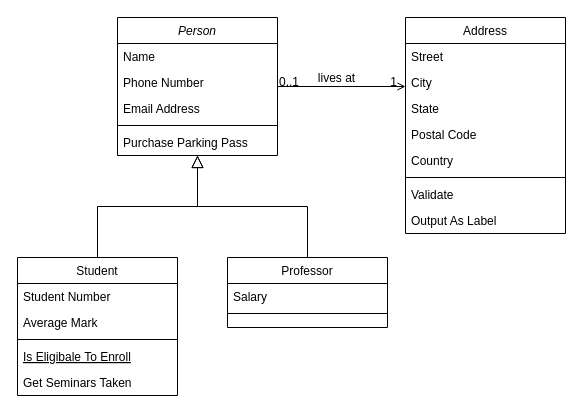
This is Untitled Diagram.drawio from MercyCourtesy/ClassInheritancePractice, a draw.io file, before an edit. Source tidied: cells renumbered, new cells numbered last; positions are measured from the earlier drawing's top-left corner, leaving out a move shared by most shapes. Both pictures are drawn from the tidied source at 100%, with x=0, y=0 at pixel (17, 17).
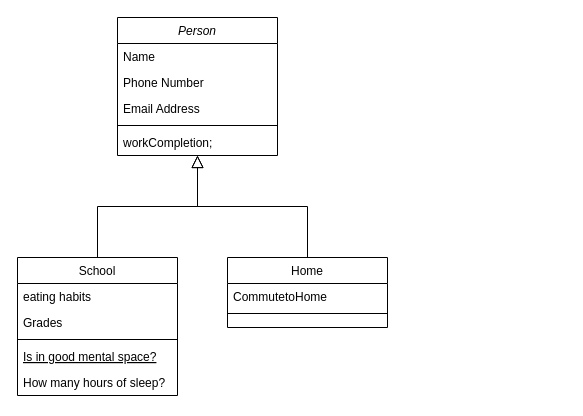
The same page after the edit.

Unchanged cells that the change refers to:
```xml
<mxCell id="2" value="Person" style="swimlane;fontStyle=2;align=center;verticalAlign=top;horizontal=1;startSize=26;rounded=0;shadow=0;strokeWidth=1;" parent="1" vertex="1">
  <mxGeometry x="100" width="160" height="138" as="geometry" />
</mxCell>
```

Change to the diagram source:
```diff
@@
-    <mxCell id="7" value="Purchase Parking Pass" style="text;align=left;verticalAlign=top;spacingLeft=4;spacingRight=4;overflow=hidden;" parent="2" vertex="1">
+    <mxCell id="7" value="workCompletion;" style="text;align=left;verticalAlign=top;spacingLeft=4;spacingRight=4;overflow=hidden;" parent="2" vertex="1">
       <mxGeometry y="112" width="160" height="26" as="geometry" />
     </mxCell>
-    <mxCell id="8" value="Student" style="swimlane;fontStyle=0;align=center;verticalAlign=top;horizontal=1;startSize=26;rounded=0;shadow=0;strokeWidth=1;" parent="1" vertex="1">
+    <mxCell id="8" value="School" style="swimlane;fontStyle=0;align=center;verticalAlign=top;horizontal=1;startSize=26;rounded=0;shadow=0;strokeWidth=1;" parent="1" vertex="1">
       <mxGeometry y="240" width="160" height="138" as="geometry" />
     </mxCell>
-    <mxCell id="9" value="Student Number" style="text;align=left;verticalAlign=top;spacingLeft=4;spacingRight=4;overflow=hidden;" parent="8" vertex="1">
+    <mxCell id="9" value="eating habits" style="text;align=left;verticalAlign=top;spacingLeft=4;spacingRight=4;overflow=hidden;" parent="8" vertex="1">
       <mxGeometry y="26" width="160" height="26" as="geometry" />
     </mxCell>
-    <mxCell id="10" value="Average Mark" style="text;align=left;verticalAlign=top;spacingLeft=4;spacingRight=4;overflow=hidden;rounded=0;shadow=0;html=0;" parent="8" vertex="1">
+    <mxCell id="10" value="Grades" style="text;align=left;verticalAlign=top;spacingLeft=4;spacingRight=4;overflow=hidden;rounded=0;shadow=0;html=0;" parent="8" vertex="1">
       <mxGeometry y="52" width="160" height="26" as="geometry" />
     </mxCell>
@@
-    <mxCell id="12" value="Is Eligibale To Enroll" style="text;align=left;verticalAlign=top;spacingLeft=4;spacingRight=4;overflow=hidden;fontStyle=4;" parent="8" vertex="1">
+    <mxCell id="12" value="Is in good mental space?" style="text;align=left;verticalAlign=top;spacingLeft=4;spacingRight=4;overflow=hidden;fontStyle=4;" parent="8" vertex="1">
       <mxGeometry y="86" width="160" height="26" as="geometry" />
     </mxCell>
-    <mxCell id="13" value="Get Seminars Taken" style="text;align=left;verticalAlign=top;spacingLeft=4;spacingRight=4;overflow=hidden;" parent="8" vertex="1">
+    <mxCell id="13" value="How many hours of sleep?" style="text;align=left;verticalAlign=top;spacingLeft=4;spacingRight=4;overflow=hidden;" parent="8" vertex="1">
       <mxGeometry y="112" width="160" height="26" as="geometry" />
     </mxCell>
@@
-    <mxCell id="15" value="Professor" style="swimlane;fontStyle=0;align=center;verticalAlign=top;horizontal=1;startSize=26;rounded=0;shadow=0;strokeWidth=1;" parent="1" vertex="1">
+    <mxCell id="15" value="Home" style="swimlane;fontStyle=0;align=center;verticalAlign=top;horizontal=1;startSize=26;rounded=0;shadow=0;strokeWidth=1;" parent="1" vertex="1">
       <mxGeometry x="210" y="240" width="160" height="70" as="geometry" />
     </mxCell>
-    <mxCell id="16" value="Salary" style="text;align=left;verticalAlign=top;spacingLeft=4;spacingRight=4;overflow=hidden;" parent="15" vertex="1">
+    <mxCell id="16" value="CommutetoHome" style="text;align=left;verticalAlign=top;spacingLeft=4;spacingRight=4;overflow=hidden;" parent="15" vertex="1">
       <mxGeometry y="26" width="160" height="26" as="geometry" />
     </mxCell>
@@
-    <mxCell id="19" value="Address" style="swimlane;fontStyle=0;align=center;verticalAlign=top;horizontal=1;startSize=26;rounded=0;shadow=0;strokeWidth=1;" parent="1" vertex="1">
-      <mxGeometry x="388" width="160" height="216" as="geometry" />
-    </mxCell>
-    <mxCell id="20" value="Street" style="text;align=left;verticalAlign=top;spacingLeft=4;spacingRight=4;overflow=hidden;" parent="19" vertex="1">
-      <mxGeometry y="26" width="160" height="26" as="geometry" />
-    </mxCell>
-    <mxCell id="21" value="City" style="text;align=left;verticalAlign=top;spacingLeft=4;spacingRight=4;overflow=hidden;rounded=0;shadow=0;html=0;" parent="19" vertex="1">
-      <mxGeometry y="52" width="160" height="26" as="geometry" />
-    </mxCell>
-    <mxCell id="22" value="State" style="text;align=left;verticalAlign=top;spacingLeft=4;spacingRight=4;overflow=hidden;rounded=0;shadow=0;html=0;" parent="19" vertex="1">
-      <mxGeometry y="78" width="160" height="26" as="geometry" />
-    </mxCell>
-    <mxCell id="23" value="Postal Code" style="text;align=left;verticalAlign=top;spacingLeft=4;spacingRight=4;overflow=hidden;rounded=0;shadow=0;html=0;" parent="19" vertex="1">
-      <mxGeometry y="104" width="160" height="26" as="geometry" />
-    </mxCell>
-    <mxCell id="24" value="Country" style="text;align=left;verticalAlign=top;spacingLeft=4;spacingRight=4;overflow=hidden;rounded=0;shadow=0;html=0;" parent="19" vertex="1">
-      <mxGeometry y="130" width="160" height="26" as="geometry" />
-    </mxCell>
-    <mxCell id="25" style="line;html=1;strokeWidth=1;align=left;verticalAlign=middle;spacingTop=-1;spacingLeft=3;spacingRight=3;labelPosition=right;" parent="19" vertex="1">
-      <mxGeometry y="156" width="160" height="8" as="geometry" />
-    </mxCell>
-    <mxCell id="26" value="Validate" style="text;align=left;verticalAlign=top;spacingLeft=4;spacingRight=4;overflow=hidden;" parent="19" vertex="1">
-      <mxGeometry y="164" width="160" height="26" as="geometry" />
-    </mxCell>
-    <mxCell id="27" value="Output As Label" style="text;align=left;verticalAlign=top;spacingLeft=4;spacingRight=4;overflow=hidden;" parent="19" vertex="1">
-      <mxGeometry y="190" width="160" height="26" as="geometry" />
-    </mxCell>
-    <mxCell id="28" style="endArrow=open;shadow=0;strokeWidth=1;rounded=0;endFill=1;edgeStyle=elbowEdgeStyle;elbow=vertical;" parent="1" edge="1" source="2" target="19">
-      <mxGeometry x="0.5" y="41" relative="1" as="geometry">
-        <mxPoint x="-40" y="32" as="offset" />
-      </mxGeometry>
-    </mxCell>
-    <mxCell id="29" value="0..1" style="align=left;verticalAlign=bottom;labelBackgroundColor=none;fontSize=12;" parent="28" vertex="1">
-      <mxGeometry x="-1" relative="1" as="geometry">
-        <mxPoint y="4" as="offset" />
-      </mxGeometry>
-    </mxCell>
-    <mxCell id="30" value="1" style="align=right;verticalAlign=bottom;labelBackgroundColor=none;fontSize=12;" parent="28" vertex="1">
-      <mxGeometry x="1" relative="1" as="geometry">
-        <mxPoint x="-7" y="4" as="offset" />
-      </mxGeometry>
-    </mxCell>
-    <mxCell id="31" value="lives at" style="text;html=1;align=center;verticalAlign=middle;labelBackgroundColor=none;rounded=0;shadow=0;strokeWidth=1;fontSize=12;" parent="28" vertex="1">
-      <mxGeometry x="0.5" y="49" relative="1" as="geometry">
-        <mxPoint x="-38" y="40" as="offset" />
-      </mxGeometry>
-    </mxCell>
```
